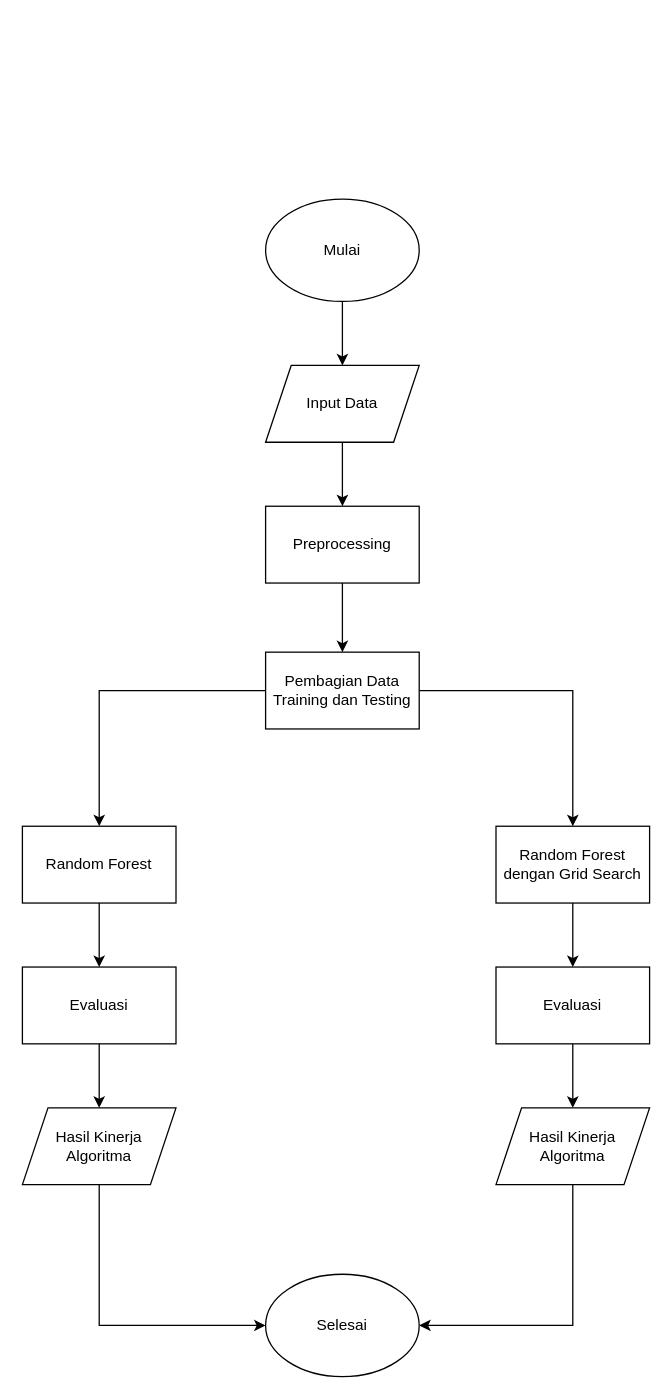
Above: page "Halaman-3" (3 of 4) of Diagram Tanpa Judul.drawio in NayaRPL/bebas (draw.io), before the change. Source tidied: cells renumbered, new cells numbered last; positions are measured from the earlier drawing's top-left corner, leaving out a move shared by most shapes. Both pictures are drawn from the tidied source at 128%, with x=0, y=0 at pixel (22, 198).
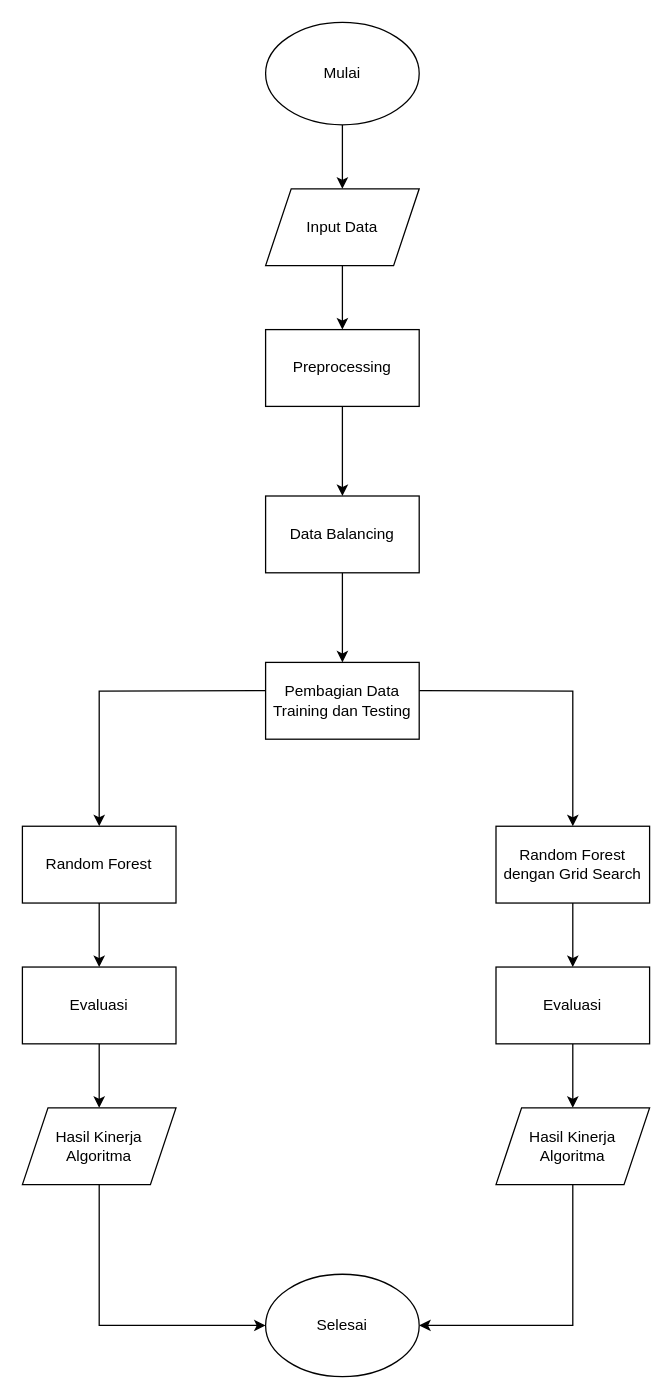
Above is the later version.

Unchanged cells that the change refers to:
```xml
<mxCell id="12" value="Random Forest dengan Grid Search" style="rounded=0;whiteSpace=wrap;html=1;" parent="1" vertex="1">
  <mxGeometry x="370" y="490" width="120" height="60" as="geometry" />
</mxCell>
<mxCell id="14" value="Random Forest" style="rounded=0;whiteSpace=wrap;html=1;" parent="1" vertex="1">
  <mxGeometry y="490" width="120" height="60" as="geometry" />
</mxCell>
```

Change to the diagram source:
```diff
@@
-    <mxCell id="2" style="edgeStyle=orthogonalEdgeStyle;rounded=0;jettySize=auto;html=1;exitX=0.5;exitY=1;exitDx=0;exitDy=0;entryX=0.5;entryY=0;entryDx=0;entryDy=0;" parent="1" edge="1" source="3" target="10">
-      <mxGeometry relative="1" as="geometry" />
-    </mxCell>
+    <mxCell id="24" style="edgeStyle=orthogonalEdgeStyle;rounded=0;jettySize=auto;html=1;exitX=0.5;exitY=1;exitDx=0;exitDy=0;entryX=0.5;entryY=0;entryDx=0;entryDy=0;" parent="1" edge="1" source="3" target="26">
+      <mxGeometry relative="1" as="geometry" />
+    </mxCell>
     <mxCell id="3" value="Preprocessing" style="rounded=0;whiteSpace=wrap;html=1;" parent="1" vertex="1">
-      <mxGeometry x="190" y="240" width="120" height="60" as="geometry" />
+      <mxGeometry x="190" y="102" width="120" height="60" as="geometry" />
     </mxCell>
@@
     <mxCell id="5" value="Input Data" style="shape=parallelogram;perimeter=parallelogramPerimeter;whiteSpace=wrap;html=1;fixedSize=1;" parent="1" vertex="1">
-      <mxGeometry x="190" y="130" width="120" height="60" as="geometry" />
+      <mxGeometry x="190" y="-8" width="120" height="60" as="geometry" />
     </mxCell>
@@
     <mxCell id="7" value="Mulai" style="ellipse;whiteSpace=wrap;html=1;" parent="1" vertex="1">
-      <mxGeometry x="190" width="120" height="80" as="geometry" />
+      <mxGeometry x="190" y="-138" width="120" height="80" as="geometry" />
     </mxCell>
-    <mxCell id="8" style="edgeStyle=orthogonalEdgeStyle;rounded=0;jettySize=auto;html=1;exitX=0;exitY=0.5;exitDx=0;exitDy=0;entryX=0.5;entryY=0;entryDx=0;entryDy=0;" parent="1" edge="1" source="10" target="14">
-      <mxGeometry relative="1" as="geometry" />
+    <mxCell id="8" style="edgeStyle=orthogonalEdgeStyle;rounded=0;jettySize=auto;html=1;exitX=0;exitY=0.5;exitDx=0;exitDy=0;entryX=0.5;entryY=0;entryDx=0;entryDy=0;" parent="1" edge="1" target="14">
+      <mxGeometry relative="1" as="geometry">
+        <mxPoint x="190" y="384" as="sourcePoint" />
+      </mxGeometry>
     </mxCell>
-    <mxCell id="9" style="edgeStyle=orthogonalEdgeStyle;rounded=0;jettySize=auto;html=1;exitX=1;exitY=0.5;exitDx=0;exitDy=0;entryX=0.5;entryY=0;entryDx=0;entryDy=0;" parent="1" edge="1" source="10" target="12">
-      <mxGeometry relative="1" as="geometry" />
+    <mxCell id="9" style="edgeStyle=orthogonalEdgeStyle;rounded=0;jettySize=auto;html=1;exitX=1;exitY=0.5;exitDx=0;exitDy=0;entryX=0.5;entryY=0;entryDx=0;entryDy=0;" parent="1" edge="1" target="12">
+      <mxGeometry relative="1" as="geometry">
+        <mxPoint x="310" y="384" as="sourcePoint" />
+      </mxGeometry>
     </mxCell>
     <mxCell id="10" value="Pembagian Data&lt;div&gt;Training dan Testing&lt;/div&gt;" style="rounded=0;whiteSpace=wrap;html=1;" parent="1" vertex="1">
-      <mxGeometry x="190" y="354" width="120" height="60" as="geometry" />
+      <mxGeometry x="190" y="362" width="120" height="60" as="geometry" />
     </mxCell>
@@
+    <mxCell id="25" style="edgeStyle=orthogonalEdgeStyle;rounded=0;jettySize=auto;html=1;exitX=0.5;exitY=1;exitDx=0;exitDy=0;entryX=0.5;entryY=0;entryDx=0;entryDy=0;" parent="1" edge="1" source="26" target="10">
+      <mxGeometry relative="1" as="geometry" />
+    </mxCell>
+    <mxCell id="26" value="Data Balancing" style="rounded=0;whiteSpace=wrap;html=1;" parent="1" vertex="1">
+      <mxGeometry x="190" y="232" width="120" height="60" as="geometry" />
+    </mxCell>
```
